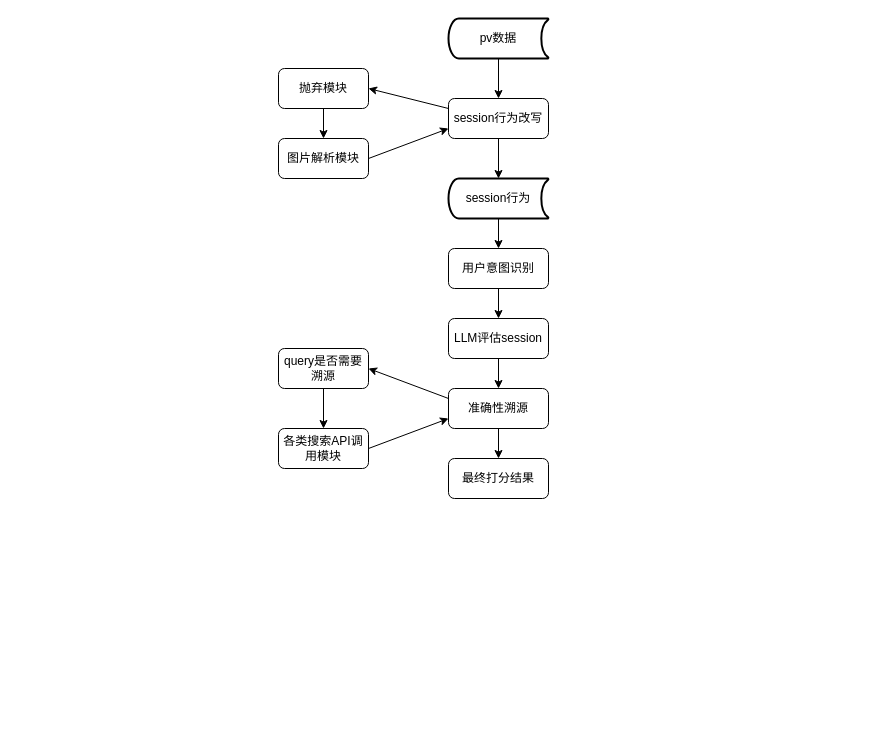
Earlier version of the draw.io diagram 未命名绘图.drawio (Iaiolk/EvalManus). Source tidied: cells renumbered, new cells numbered last; positions are measured from the earlier drawing's top-left corner, leaving out a move shared by most shapes. Both pictures are drawn from the tidied source at 100%, with x=0, y=0 at pixel (278, 18).
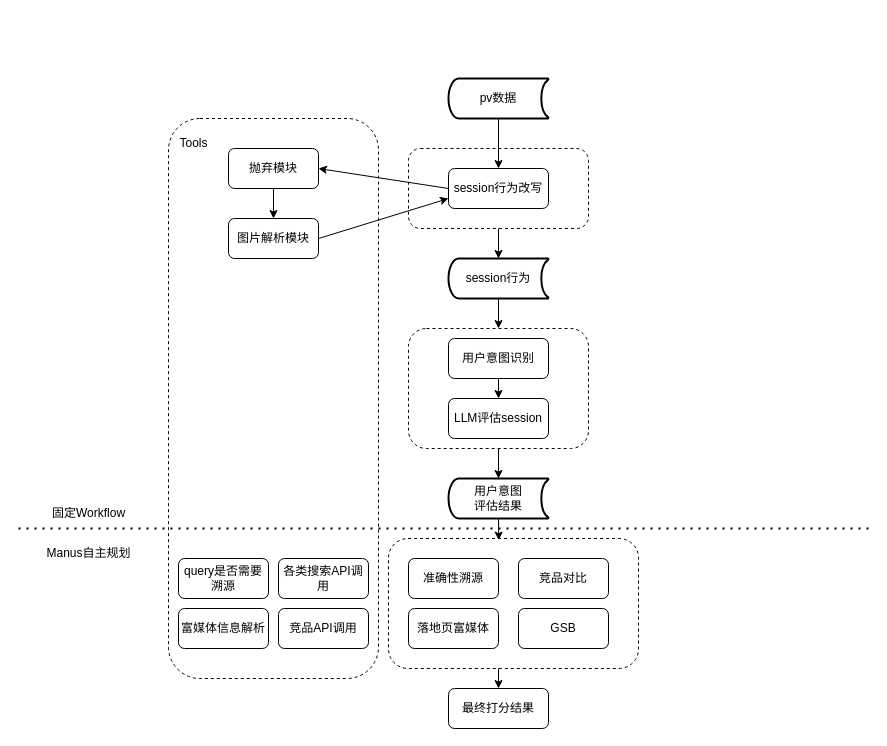
The same diagram, later.

The edit, as a diff of the source:
```diff
@@
+    <mxCell id="25" style="rounded=1;whiteSpace=wrap;html=1;dashed=1;" parent="1" vertex="1">
+      <mxGeometry x="-110" y="100" width="210" height="560" as="geometry" />
+    </mxCell>
+    <mxCell id="26" style="rounded=1;whiteSpace=wrap;html=1;dashed=1;" parent="1" vertex="1">
+      <mxGeometry x="110" y="520" width="250" height="130" as="geometry" />
+    </mxCell>
+    <mxCell id="27" style="rounded=1;whiteSpace=wrap;html=1;dashed=1;" parent="1" vertex="1">
+      <mxGeometry x="130" y="310" width="180" height="120" as="geometry" />
+    </mxCell>
+    <mxCell id="28" style="rounded=1;whiteSpace=wrap;html=1;dashed=1;" parent="1" vertex="1">
+      <mxGeometry x="130" y="130" width="180" height="80" as="geometry" />
+    </mxCell>
-    <mxCell id="2" style="rounded=0;jettySize=auto;html=1;exitX=0;exitY=0.25;exitDx=0;exitDy=0;entryX=1;entryY=0.5;entryDx=0;entryDy=0;" parent="1" edge="1" source="3" target="5">
+    <mxCell id="2" style="edgeStyle=none;html=1;exitX=0;exitY=0.5;exitDx=0;exitDy=0;entryX=1;entryY=0.5;entryDx=0;entryDy=0;" parent="1" edge="1" source="3" target="5">
       <mxGeometry relative="1" as="geometry" />
     </mxCell>
     <mxCell id="3" value="session行为改写" style="rounded=1;whiteSpace=wrap;html=1;" parent="1" vertex="1">
-      <mxGeometry x="170" y="80" width="100" height="40" as="geometry" />
+      <mxGeometry x="170" y="150" width="100" height="40" as="geometry" />
     </mxCell>
@@
     <mxCell id="5" value="抛弃模块" style="rounded=1;whiteSpace=wrap;html=1;" parent="1" vertex="1">
-      <mxGeometry y="50" width="90" height="40" as="geometry" />
+      <mxGeometry x="-50" y="130" width="90" height="40" as="geometry" />
     </mxCell>
@@
     <mxCell id="7" value="图片解析模块" style="rounded=1;whiteSpace=wrap;html=1;" parent="1" vertex="1">
-      <mxGeometry y="120" width="90" height="40" as="geometry" />
+      <mxGeometry x="-50" y="200" width="90" height="40" as="geometry" />
     </mxCell>
@@
     <mxCell id="9" value="pv数据" style="strokeWidth=2;html=1;shape=mxgraph.flowchart.stored_data;whiteSpace=wrap;" parent="1" vertex="1">
-      <mxGeometry x="170" width="100" height="40" as="geometry" />
+      <mxGeometry x="170" y="60" width="100" height="40" as="geometry" />
     </mxCell>
-    <mxCell id="10" style="edgeStyle=orthogonalEdgeStyle;rounded=0;jettySize=auto;html=1;exitX=0.5;exitY=1;exitDx=0;exitDy=0;exitPerimeter=0;entryX=0.5;entryY=0;entryDx=0;entryDy=0;" parent="1" edge="1" source="11" target="14">
-      <mxGeometry relative="1" as="geometry" />
-    </mxCell>
+    <mxCell id="29" style="edgeStyle=none;html=1;exitX=0.5;exitY=1;exitDx=0;exitDy=0;exitPerimeter=0;entryX=0.5;entryY=0;entryDx=0;entryDy=0;" parent="1" edge="1" source="11" target="27">
+      <mxGeometry relative="1" as="geometry" />
+    </mxCell>
     <mxCell id="11" value="session行为" style="strokeWidth=2;html=1;shape=mxgraph.flowchart.stored_data;whiteSpace=wrap;" parent="1" vertex="1">
-      <mxGeometry x="170" y="160" width="100" height="40" as="geometry" />
+      <mxGeometry x="170" y="240" width="100" height="40" as="geometry" />
     </mxCell>
-    <mxCell id="12" style="edgeStyle=orthogonalEdgeStyle;rounded=0;jettySize=auto;html=1;exitX=0.5;exitY=1;exitDx=0;exitDy=0;entryX=0.5;entryY=0;entryDx=0;entryDy=0;entryPerimeter=0;" parent="1" edge="1" source="3" target="11">
-      <mxGeometry relative="1" as="geometry" />
-    </mxCell>
@@
     <mxCell id="14" value="用户意图识别" style="rounded=1;whiteSpace=wrap;html=1;" parent="1" vertex="1">
-      <mxGeometry x="170" y="230" width="100" height="40" as="geometry" />
+      <mxGeometry x="170" y="320" width="100" height="40" as="geometry" />
     </mxCell>
-    <mxCell id="15" style="edgeStyle=orthogonalEdgeStyle;rounded=0;jettySize=auto;html=1;exitX=0.5;exitY=1;exitDx=0;exitDy=0;entryX=0.5;entryY=0;entryDx=0;entryDy=0;" parent="1" edge="1" source="16" target="19">
-      <mxGeometry relative="1" as="geometry" />
-    </mxCell>
     <mxCell id="16" value="LLM评估session" style="rounded=1;whiteSpace=wrap;html=1;" parent="1" vertex="1">
-      <mxGeometry x="170" y="300" width="100" height="40" as="geometry" />
+      <mxGeometry x="170" y="380" width="100" height="40" as="geometry" />
     </mxCell>
-    <mxCell id="17" style="rounded=0;jettySize=auto;html=1;exitX=0;exitY=0.25;exitDx=0;exitDy=0;entryX=1;entryY=0.5;entryDx=0;entryDy=0;" parent="1" edge="1" source="19" target="21">
-      <mxGeometry relative="1" as="geometry" />
-    </mxCell>
-    <mxCell id="18" style="edgeStyle=orthogonalEdgeStyle;rounded=0;jettySize=auto;html=1;exitX=0.5;exitY=1;exitDx=0;exitDy=0;entryX=0.5;entryY=0;entryDx=0;entryDy=0;" parent="1" edge="1" source="19" target="24">
-      <mxGeometry relative="1" as="geometry" />
-    </mxCell>
     <mxCell id="19" value="准确性溯源" style="rounded=1;whiteSpace=wrap;html=1;" parent="1" vertex="1">
-      <mxGeometry x="170" y="370" width="100" height="40" as="geometry" />
+      <mxGeometry x="130" y="540" width="90" height="40" as="geometry" />
     </mxCell>
-    <mxCell id="20" style="edgeStyle=orthogonalEdgeStyle;rounded=0;jettySize=auto;html=1;exitX=0.5;exitY=1;exitDx=0;exitDy=0;entryX=0.5;entryY=0;entryDx=0;entryDy=0;" parent="1" edge="1" source="21" target="23">
-      <mxGeometry relative="1" as="geometry" />
-    </mxCell>
     <mxCell id="21" value="query是否需要溯源" style="rounded=1;whiteSpace=wrap;html=1;" parent="1" vertex="1">
-      <mxGeometry y="330" width="90" height="40" as="geometry" />
+      <mxGeometry x="-100" y="540" width="90" height="40" as="geometry" />
     </mxCell>
-    <mxCell id="22" style="rounded=0;jettySize=auto;html=1;exitX=1;exitY=0.5;exitDx=0;exitDy=0;entryX=0;entryY=0.75;entryDx=0;entryDy=0;" parent="1" edge="1" source="23" target="19">
-      <mxGeometry relative="1" as="geometry" />
-    </mxCell>
-    <mxCell id="23" value="各类搜索API调用模块" style="rounded=1;whiteSpace=wrap;html=1;" parent="1" vertex="1">
-      <mxGeometry y="410" width="90" height="40" as="geometry" />
+    <mxCell id="23" value="各类搜索API调用" style="rounded=1;whiteSpace=wrap;html=1;" parent="1" vertex="1">
+      <mxGeometry y="540" width="90" height="40" as="geometry" />
     </mxCell>
     <mxCell id="24" value="最终打分结果" style="rounded=1;whiteSpace=wrap;html=1;" parent="1" vertex="1">
-      <mxGeometry x="170" y="440" width="100" height="40" as="geometry" />
+      <mxGeometry x="170" y="670" width="100" height="40" as="geometry" />
     </mxCell>
+    <mxCell id="30" value="落地页富媒体" style="rounded=1;whiteSpace=wrap;html=1;" parent="1" vertex="1">
+      <mxGeometry x="130" y="590" width="90" height="40" as="geometry" />
+    </mxCell>
+    <mxCell id="31" value="GSB" style="rounded=1;whiteSpace=wrap;html=1;" parent="1" vertex="1">
+      <mxGeometry x="240" y="590" width="90" height="40" as="geometry" />
+    </mxCell>
+    <mxCell id="32" value="竞品对比" style="rounded=1;whiteSpace=wrap;html=1;" parent="1" vertex="1">
+      <mxGeometry x="240" y="540" width="90" height="40" as="geometry" />
+    </mxCell>
+    <mxCell id="33" value="用户意图&lt;div&gt;评估结果&lt;/div&gt;" style="strokeWidth=2;html=1;shape=mxgraph.flowchart.stored_data;whiteSpace=wrap;" parent="1" vertex="1">
+      <mxGeometry x="170" y="460" width="100" height="40" as="geometry" />
+    </mxCell>
+    <mxCell id="34" style="edgeStyle=none;html=1;exitX=0.5;exitY=1;exitDx=0;exitDy=0;entryX=0.5;entryY=0;entryDx=0;entryDy=0;entryPerimeter=0;" parent="1" edge="1" source="27" target="33">
+      <mxGeometry relative="1" as="geometry" />
+    </mxCell>
+    <mxCell id="35" style="edgeStyle=none;html=1;exitX=0.5;exitY=1;exitDx=0;exitDy=0;entryX=0.5;entryY=0;entryDx=0;entryDy=0;entryPerimeter=0;" parent="1" edge="1" source="28" target="11">
+      <mxGeometry relative="1" as="geometry" />
+    </mxCell>
+    <mxCell id="36" style="edgeStyle=none;jettySize=auto;html=1;entryX=0.5;entryY=0;entryDx=0;entryDy=0;" parent="1" edge="1" target="24">
+      <mxGeometry relative="1" as="geometry">
+        <mxPoint x="220" y="650" as="sourcePoint" />
+      </mxGeometry>
+    </mxCell>
+    <mxCell id="37" value="富媒体信息解析" style="rounded=1;whiteSpace=wrap;html=1;" parent="1" vertex="1">
+      <mxGeometry x="-100" y="590" width="90" height="40" as="geometry" />
+    </mxCell>
+    <mxCell id="38" value="竞品API调用" style="rounded=1;whiteSpace=wrap;html=1;" parent="1" vertex="1">
+      <mxGeometry y="590" width="90" height="40" as="geometry" />
+    </mxCell>
+    <mxCell id="39" style="edgeStyle=none;html=1;exitX=0.5;exitY=1;exitDx=0;exitDy=0;exitPerimeter=0;entryX=0.441;entryY=0.013;entryDx=0;entryDy=0;entryPerimeter=0;" parent="1" edge="1" source="33" target="26">
+      <mxGeometry relative="1" as="geometry" />
+    </mxCell>
+    <mxCell id="40" style="endArrow=none;dashed=1;html=1;dashPattern=1 3;strokeWidth=2;" parent="1" edge="1">
+      <mxGeometry relative="1" as="geometry">
+        <mxPoint x="-260" y="510" as="sourcePoint" />
+        <mxPoint x="590" y="510" as="targetPoint" />
+      </mxGeometry>
+    </mxCell>
+    <mxCell id="41" value="Tools" style="text;html=1;align=center;verticalAlign=middle;strokeColor=none;fillColor=none;" parent="1" vertex="1">
+      <mxGeometry x="-110" y="110" width="50" height="30" as="geometry" />
+    </mxCell>
+    <mxCell id="42" value="固定Workflow" style="text;html=1;align=center;verticalAlign=middle;strokeColor=none;fillColor=none;" parent="1" vertex="1">
+      <mxGeometry x="-240" y="480" width="100" height="30" as="geometry" />
+    </mxCell>
+    <mxCell id="43" value="Manus自主规划" style="text;html=1;align=center;verticalAlign=middle;strokeColor=none;fillColor=none;" parent="1" vertex="1">
+      <mxGeometry x="-245" y="520" width="110" height="30" as="geometry" />
+    </mxCell>
```
